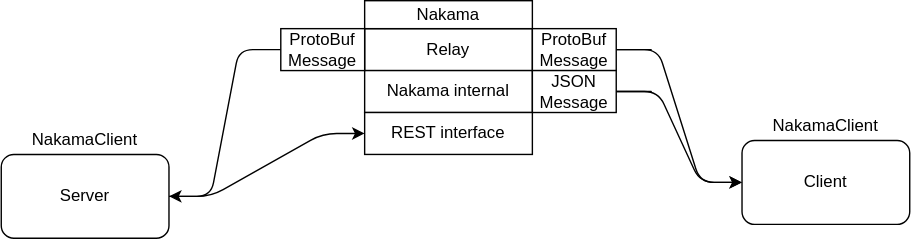
Above: documentation/res/ClientServer.drawio.svg in OpenHellion/openhellion.github.io (draw.io), before the change. Source tidied: cells renumbered, new cells last; positions are measured from the earlier drawing's top-left corner, leaving out a move shared by most shapes.
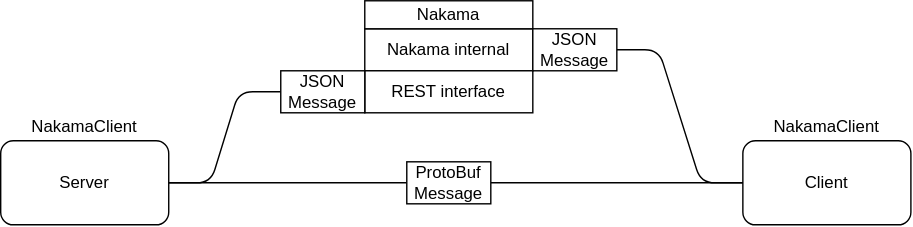
The same diagram one commit later.

Change to the diagram source:
```diff
@@ -2,24 +2,15 @@
   <root>
     <mxCell id="0" />
     <mxCell id="1" parent="0" />
-    <mxCell id="2" style="html=1;entryX=0;entryY=0.5;entryDx=0;entryDy=0;elbow=vertical;startArrow=none;startFill=1;edgeStyle=entityRelationEdgeStyle;rounded=1;" parent="1" edge="1" source="18" target="5">
-      <mxGeometry relative="1" as="geometry" />
-    </mxCell>
-    <mxCell id="3" style="edgeStyle=entityRelationEdgeStyle;html=1;entryX=0;entryY=0.5;entryDx=0;entryDy=0;fontSize=30;fontColor=#FF0000;startArrow=none;startFill=0;" parent="1" edge="1" source="4" target="21">
+    <mxCell id="3" style="edgeStyle=entityRelationEdgeStyle;html=1;entryX=0;entryY=0.5;entryDx=0;entryDy=0;fontSize=30;fontColor=#FF0000;startArrow=none;startFill=0;" parent="1" edge="1" source="24" target="21">
       <mxGeometry relative="1" as="geometry" />
     </mxCell>
+    <mxCell id="22" style="edgeStyle=none;html=1;entryX=0;entryY=0.5;entryDx=0;entryDy=0;startArrow=none;startFill=0;endArrow=none;endFill=0;" parent="1" edge="1" source="4" target="16">
+      <mxGeometry relative="1" as="geometry" />
+    </mxCell>
     <mxCell id="4" value="Server" style="rounded=1;whiteSpace=wrap;html=1;" parent="1" vertex="1">
-      <mxGeometry y="110" width="120" height="60" as="geometry" />
+      <mxGeometry y="100" width="120" height="60" as="geometry" />
     </mxCell>
-    <mxCell id="5" value="Relay" style="rounded=0;whiteSpace=wrap;html=1;" parent="1" vertex="1">
-      <mxGeometry x="260" y="20" width="120" height="30" as="geometry" />
-    </mxCell>
-    <mxCell id="6" style="edgeStyle=entityRelationEdgeStyle;html=1;entryX=1;entryY=0.5;entryDx=0;entryDy=0;startArrow=classic;startFill=1;strokeColor=none;rounded=1;" parent="1" edge="1" source="8" target="5">
-      <mxGeometry relative="1" as="geometry" />
-    </mxCell>
-    <mxCell id="7" style="edgeStyle=entityRelationEdgeStyle;html=1;startArrow=none;startFill=1;elbow=vertical;rounded=1;" parent="1" edge="1" source="16" target="5">
-      <mxGeometry relative="1" as="geometry" />
-    </mxCell>
     <mxCell id="8" value="Client" style="rounded=1;whiteSpace=wrap;html=1;" parent="1" vertex="1">
       <mxGeometry x="530" y="100" width="120" height="60" as="geometry" />
     </mxCell>
@@ -27,40 +18,37 @@
       <mxGeometry relative="1" as="geometry" />
     </mxCell>
     <mxCell id="10" value="NakamaClient" style="text;html=1;strokeColor=none;fillColor=none;align=center;verticalAlign=middle;whiteSpace=wrap;rounded=1;" parent="1" vertex="1">
-      <mxGeometry x="5" y="90" width="110" height="20" as="geometry" />
+      <mxGeometry x="5" y="80" width="110" height="20" as="geometry" />
     </mxCell>
     <mxCell id="11" value="NakamaClient" style="text;html=1;strokeColor=none;fillColor=none;align=center;verticalAlign=middle;whiteSpace=wrap;rounded=1;" parent="1" vertex="1">
       <mxGeometry x="535" y="80" width="110" height="20" as="geometry" />
     </mxCell>
-    <mxCell id="12" style="edgeStyle=entityRelationEdgeStyle;html=1;startArrow=none;startFill=1;" parent="1" edge="1" source="20" target="8">
+    <mxCell id="12" style="edgeStyle=entityRelationEdgeStyle;html=1;startArrow=none;startFill=1;endArrow=none;endFill=0;" parent="1" edge="1" source="20" target="8">
       <mxGeometry relative="1" as="geometry" />
     </mxCell>
     <mxCell id="13" value="Nakama internal" style="rounded=0;whiteSpace=wrap;html=1;" parent="1" vertex="1">
-      <mxGeometry x="260" y="50" width="120" height="30" as="geometry" />
+      <mxGeometry x="260" y="20" width="120" height="30" as="geometry" />
     </mxCell>
     <mxCell id="14" value="Nakama&lt;br&gt;" style="rounded=0;whiteSpace=wrap;html=1;" parent="1" vertex="1">
       <mxGeometry x="260" width="120" height="20" as="geometry" />
     </mxCell>
-    <mxCell id="15" style="edgeStyle=entityRelationEdgeStyle;html=1;startArrow=classic;startFill=1;elbow=vertical;rounded=1;endArrow=none;" parent="1" edge="1" source="8" target="16">
+    <mxCell id="15" style="edgeStyle=entityRelationEdgeStyle;html=1;startArrow=none;startFill=0;elbow=vertical;rounded=1;endArrow=none;endFill=0;" parent="1" edge="1" source="8" target="16">
       <mxGeometry relative="1" as="geometry" />
     </mxCell>
     <mxCell id="16" value="ProtoBuf Message" style="rounded=0;whiteSpace=wrap;html=1;" parent="1" vertex="1">
-      <mxGeometry x="380" y="20" width="60" height="30" as="geometry" />
+      <mxGeometry x="290" y="115" width="60" height="30" as="geometry" />
     </mxCell>
-    <mxCell id="17" style="html=1;entryX=0;entryY=0.5;entryDx=0;entryDy=0;elbow=vertical;startArrow=classic;startFill=1;edgeStyle=entityRelationEdgeStyle;rounded=1;endArrow=none;" parent="1" edge="1" source="4" target="18">
-      <mxGeometry relative="1" as="geometry" />
-    </mxCell>
-    <mxCell id="18" value="ProtoBuf Message" style="rounded=0;whiteSpace=wrap;html=1;" parent="1" vertex="1">
-      <mxGeometry x="200" y="20" width="60" height="30" as="geometry" />
-    </mxCell>
-    <mxCell id="19" style="edgeStyle=entityRelationEdgeStyle;html=1;startArrow=classic;startFill=1;endArrow=none;" parent="1" edge="1" source="13" target="20">
-      <mxGeometry relative="1" as="geometry" />
-    </mxCell>
     <mxCell id="20" value="JSON Message" style="rounded=0;whiteSpace=wrap;html=1;" parent="1" vertex="1">
-      <mxGeometry x="380" y="50" width="60" height="30" as="geometry" />
+      <mxGeometry x="380" y="20" width="60" height="30" as="geometry" />
     </mxCell>
     <mxCell id="21" value="REST interface" style="rounded=0;whiteSpace=wrap;html=1;" parent="1" vertex="1">
-      <mxGeometry x="260" y="80" width="120" height="30" as="geometry" />
+      <mxGeometry x="260" y="50" width="120" height="30" as="geometry" />
     </mxCell>
+    <mxCell id="23" style="edgeStyle=entityRelationEdgeStyle;html=1;fontSize=30;fontColor=#FF0000;startArrow=none;startFill=0;endArrow=none;entryX=0;entryY=0.5;entryDx=0;entryDy=0;endFill=0;" parent="1" edge="1" source="4" target="24">
+      <mxGeometry relative="1" as="geometry" />
+    </mxCell>
+    <mxCell id="24" value="JSON Message" style="rounded=0;whiteSpace=wrap;html=1;" parent="1" vertex="1">
+      <mxGeometry x="200" y="50" width="60" height="30" as="geometry" />
+    </mxCell>
   </root>
 </mxGraphModel>
```
